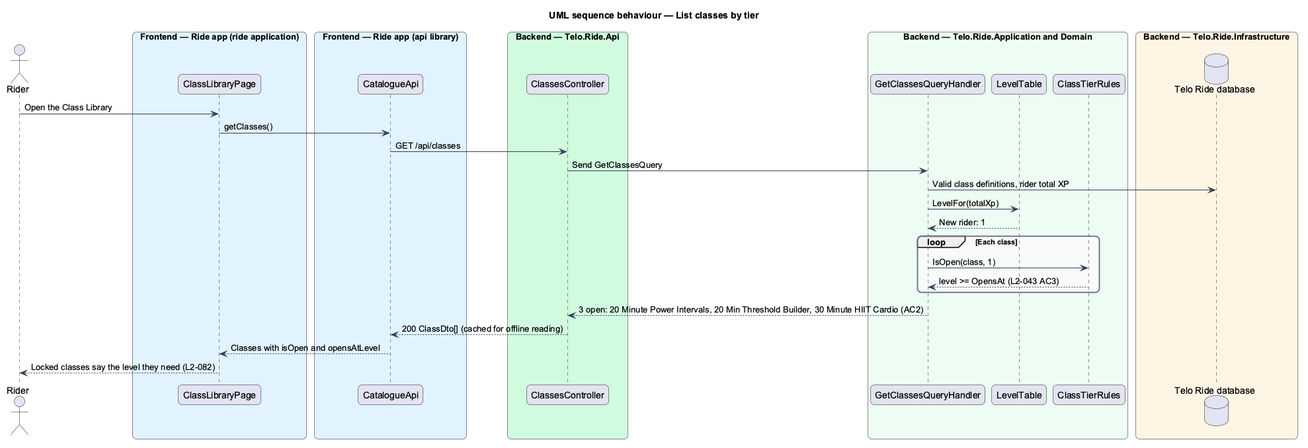
Above: docs/detailed-designs/progression/open-class-tiers/diagrams/sequence-list-classes-by-tier.png in QuinntyneBrown/ride-one (PlantUML), before the change.
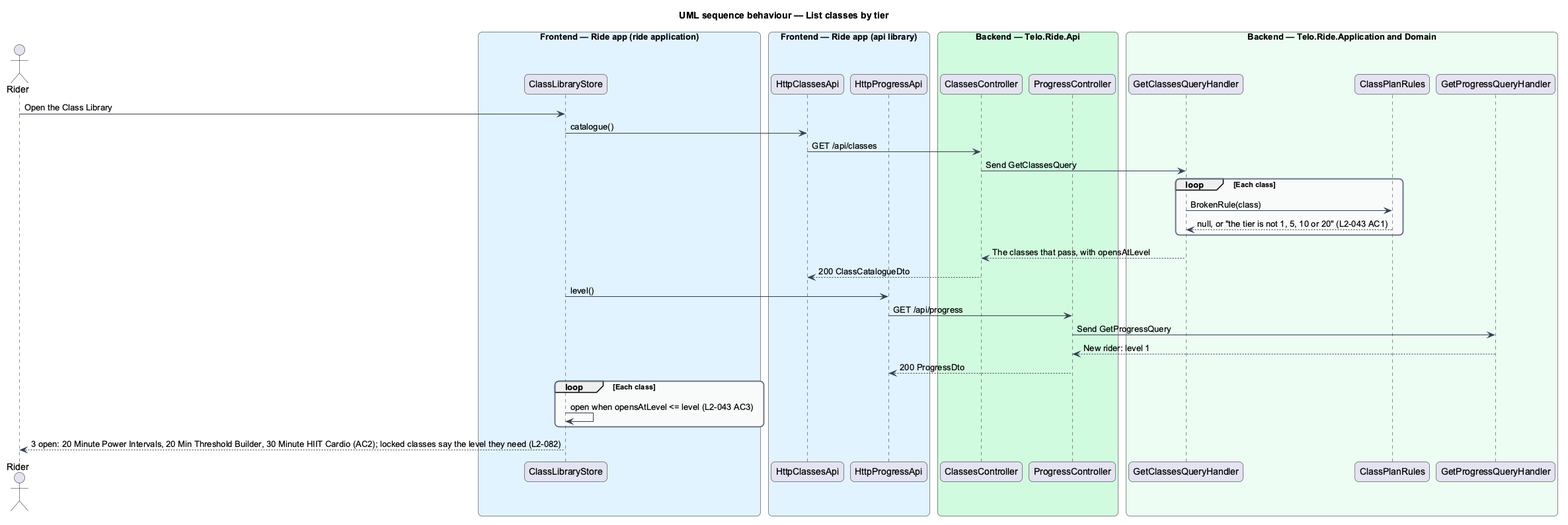
After the change.

Commit message:
Bring the class-tiers design in line with the code (slice 12.2)

Change to the diagram source:
```diff
@@ -16,35 +16,38 @@
 }
 actor "Rider" as actor
 box "Frontend — Ride app (ride application)" #E0F2FE
-  participant "ClassLibraryPage" as page
+  participant "ClassLibraryStore" as page
 end box
 box "Frontend — Ride app (api library)" #E0F2FE
-  participant "CatalogueApi" as client
+  participant "HttpClassesApi" as client
+  participant "HttpProgressApi" as progress
 end box
 box "Backend — Telo.Ride.Api" #D1FADF
   participant "ClassesController" as ctrl
+  participant "ProgressController" as pctrl
 end box
 box "Backend — Telo.Ride.Application and Domain" #ECFDF3
   participant "GetClassesQueryHandler" as handler
-  participant "LevelTable" as levels
-  participant "ClassTierRules" as tiers
-end box
-box "Backend — Telo.Ride.Infrastructure" #FFF4E5
-  database "Telo Ride database" as db
+  participant "ClassPlanRules" as plan
+  participant "GetProgressQueryHandler" as phandler
 end box
 actor -> page : Open the Class Library
-page -> client : getClasses()
+page -> client : catalogue()
 client -> ctrl : GET /api/classes
 ctrl -> handler : Send GetClassesQuery
-handler -> db : Valid class definitions, rider total XP
-handler -> levels : LevelFor(totalXp)
-levels --> handler : New rider: 1
 loop Each class
-  handler -> tiers : IsOpen(class, 1)
-  tiers --> handler : level >= OpensAt (L2-043 AC3)
+  handler -> plan : BrokenRule(class)
+  plan --> handler : null, or "the tier is not 1, 5, 10 or 20" (L2-043 AC1)
 end
-handler --> ctrl : 3 open: 20 Minute Power Intervals, 20 Min Threshold Builder, 30 Minute HIIT Cardio (AC2)
-ctrl --> client : 200 ClassDto[] (cached for offline reading)
-client --> page : Classes with isOpen and opensAtLevel
-page --> actor : Locked classes say the level they need (L2-082)
+handler --> ctrl : The classes that pass, with opensAtLevel
+ctrl --> client : 200 ClassCatalogueDto
+page -> progress : level()
+progress -> pctrl : GET /api/progress
+pctrl -> phandler : Send GetProgressQuery
+phandler --> pctrl : New rider: level 1
+pctrl --> progress : 200 ProgressDto
+loop Each class
+  page -> page : open when opensAtLevel <= level (L2-043 AC3)
+end
+page --> actor : 3 open: 20 Minute Power Intervals, 20 Min Threshold Builder, 30 Minute HIIT Cardio (AC2); locked classes say the level they need (L2-082)
 @enduml
```
